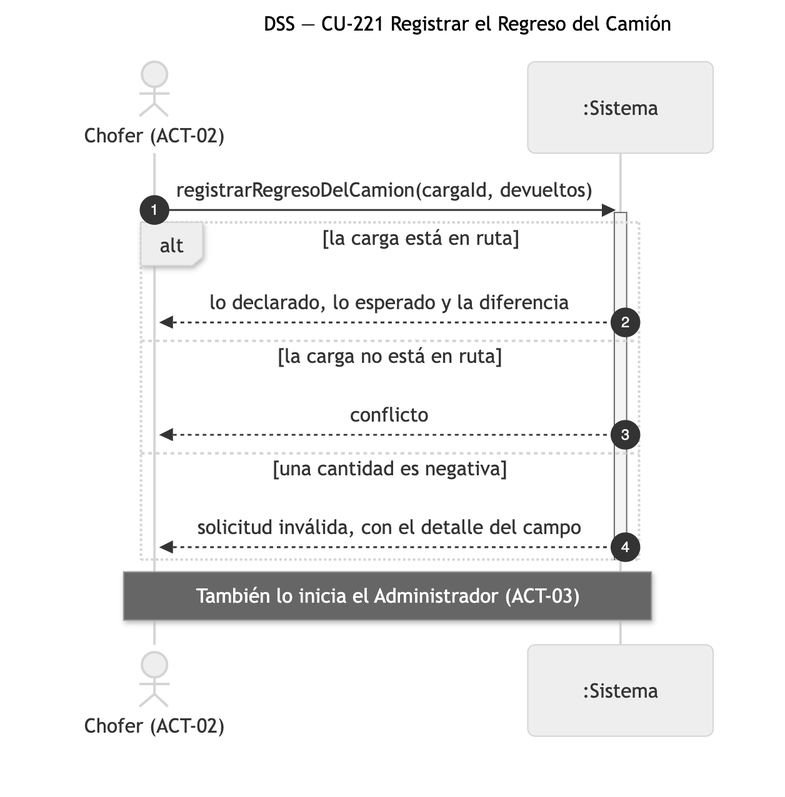
Earlier version of the Mermaid export diagramas/png/DSS_CU-221_Registrar-el-Regreso-del-Camion.png (Nahuelito-Dev/splg-docs). Its source is kept beside it as diagramas/DSS_CU-221_Registrar-el-Regreso-del-Camion.mmd. The source it was exported from:
```mermaid
sequenceDiagram
    title DSS — CU-221 Registrar el Regreso del Camión
    autonumber
    actor CHO as Chofer (ACT-02)
    participant SIS as :Sistema

    CHO->>SIS: registrarRegresoDelCamion(cargaId, devueltos)
    activate SIS
    alt la carga está en ruta
        SIS-->>CHO: lo declarado, lo esperado y la diferencia
    else la carga no está en ruta
        SIS-->>CHO: conflicto
    else una cantidad es negativa
        SIS-->>CHO: solicitud inválida, con el detalle del campo
    end
    deactivate SIS
    Note over CHO,SIS: También lo inicia el Administrador (ACT-03)
```
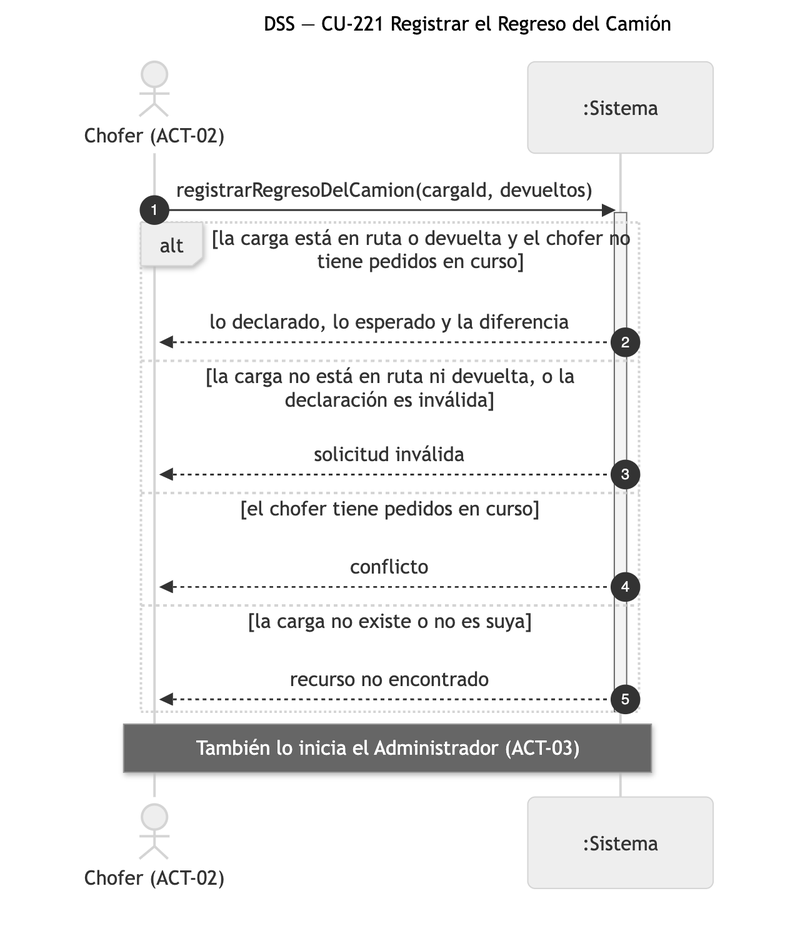
After the change.

Diff of the diagram source:
```diff
@@ -6,12 +6,15 @@
 
     CHO->>SIS: registrarRegresoDelCamion(cargaId, devueltos)
     activate SIS
-    alt la carga está en ruta
+    alt la carga está en ruta o devuelta y el chofer no tiene pedidos en curso
         SIS-->>CHO: lo declarado, lo esperado y la diferencia
-    else la carga no está en ruta
+    else la carga no está en ruta ni devuelta, o la declaración es inválida
+        SIS-->>CHO: solicitud inválida
+    else el chofer tiene pedidos en curso
         SIS-->>CHO: conflicto
-    else una cantidad es negativa
-        SIS-->>CHO: solicitud inválida, con el detalle del campo
+    else la carga no existe o no es suya
+        SIS-->>CHO: recurso no encontrado
     end
     deactivate SIS
+
     Note over CHO,SIS: También lo inicia el Administrador (ACT-03)
```
